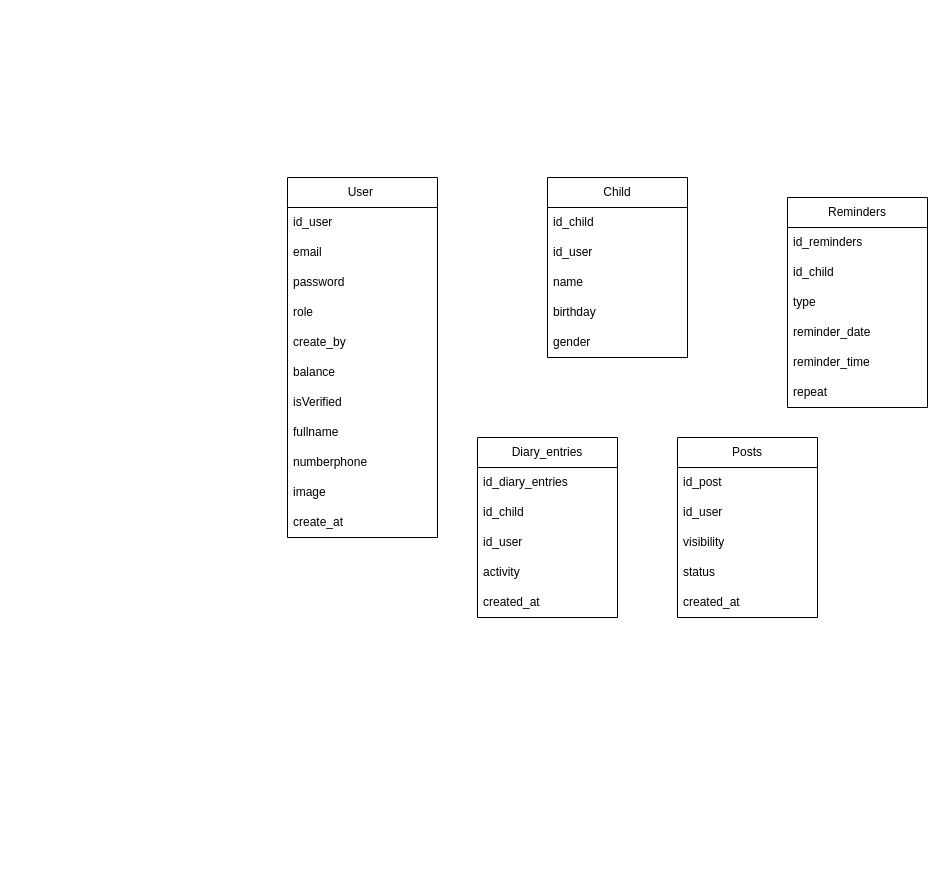
Earlier version of the draw.io diagram F.drawio (NguyenTuanDat187/draw). Source tidied: cells renumbered, new cells numbered last; positions are measured from the earlier drawing's top-left corner, leaving out a move shared by most shapes. Both pictures are drawn from the tidied source at 100%, with x=0, y=0 at pixel (287, 177).
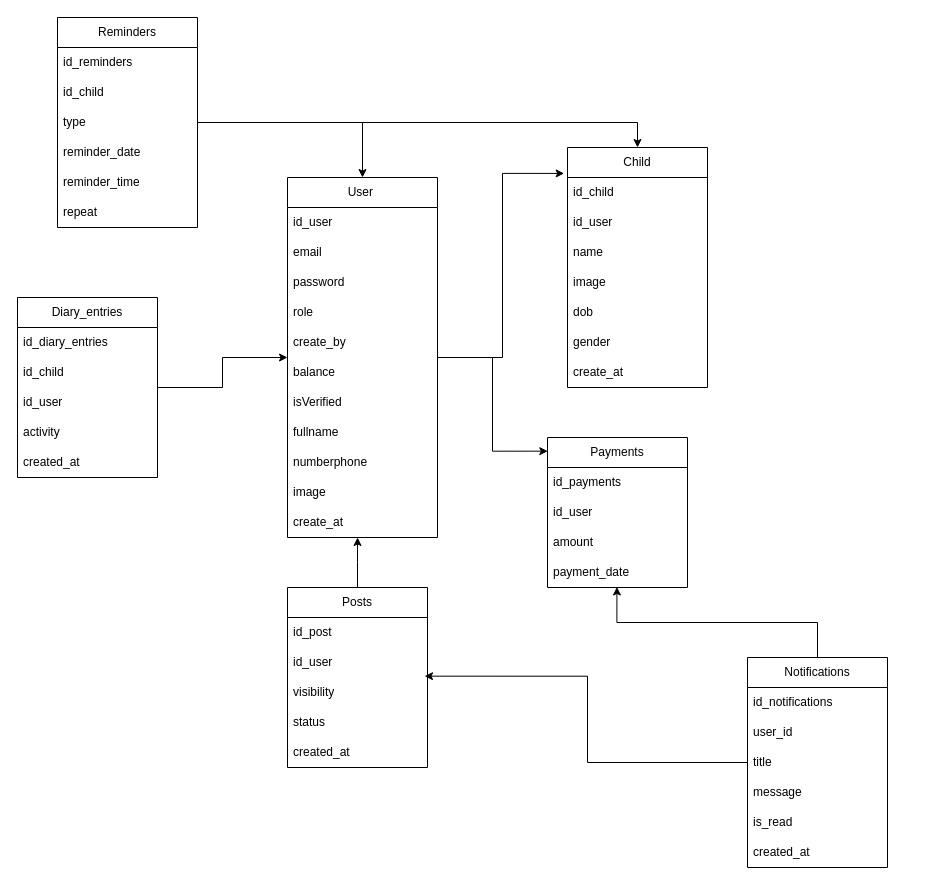
Above is the later version.

Commit message:
Cập nhật F.drawio

The change refers to these unchanged cells:
```xml
<mxCell id="2" value="User&amp;nbsp;" style="swimlane;fontStyle=0;horizontal=1;startSize=30;whiteSpace=wrap;html=1;" parent="1" vertex="1">
  <mxGeometry width="150" height="360" as="geometry" />
</mxCell>
<mxCell id="13" value="create_at" style="text;strokeColor=none;fillColor=none;align=left;verticalAlign=middle;spacingLeft=4;spacingRight=4;overflow=hidden;points=[[0,0.5],[1,0.5]];portConstraint=eastwest;whiteSpace=wrap;html=1;" parent="2" vertex="1">
  <mxGeometry y="330" width="150" height="30" as="geometry" />
</mxCell>
<mxCell id="36" value="visibility" style="text;strokeColor=none;fillColor=none;align=left;verticalAlign=middle;spacingLeft=4;spacingRight=4;overflow=hidden;points=[[0,0.5],[1,0.5]];portConstraint=eastwest;whiteSpace=wrap;html=1;" parent="33" vertex="1">
  <mxGeometry y="90" width="140" height="30" as="geometry" />
</mxCell>
```

Diff of the diagram source:
```diff
@@
     <mxCell id="14" value="Child" style="swimlane;fontStyle=0;horizontal=1;startSize=30;whiteSpace=wrap;html=1;" parent="1" vertex="1">
-      <mxGeometry x="260" width="140" height="180" as="geometry" />
+      <mxGeometry x="280" y="-30" width="140" height="240" as="geometry" />
     </mxCell>
@@
+    <mxCell id="39" value="image" style="text;strokeColor=none;fillColor=none;align=left;verticalAlign=middle;spacingLeft=4;spacingRight=4;overflow=hidden;whiteSpace=wrap;html=1;" parent="14" vertex="1">
+      <mxGeometry y="120" width="140" height="30" as="geometry" />
+    </mxCell>
-    <mxCell id="18" value="birthday" style="text;strokeColor=none;fillColor=none;align=left;verticalAlign=middle;spacingLeft=4;spacingRight=4;overflow=hidden;whiteSpace=wrap;html=1;" parent="14" vertex="1">
-      <mxGeometry y="120" width="140" height="30" as="geometry" />
+    <mxCell id="18" value="dob" style="text;strokeColor=none;fillColor=none;align=left;verticalAlign=middle;spacingLeft=4;spacingRight=4;overflow=hidden;whiteSpace=wrap;html=1;" parent="14" vertex="1">
+      <mxGeometry y="150" width="140" height="30" as="geometry" />
     </mxCell>
+    <mxCell id="40" value="gender" style="text;strokeColor=none;fillColor=none;align=left;verticalAlign=middle;spacingLeft=4;spacingRight=4;overflow=hidden;whiteSpace=wrap;html=1;" parent="14" vertex="1">
+      <mxGeometry y="180" width="140" height="30" as="geometry" />
+    </mxCell>
-    <mxCell id="19" value="gender" style="text;strokeColor=none;fillColor=none;align=left;verticalAlign=middle;spacingLeft=4;spacingRight=4;overflow=hidden;whiteSpace=wrap;html=1;" parent="14" vertex="1">
-      <mxGeometry y="150" width="140" height="30" as="geometry" />
+    <mxCell id="19" value="create_at" style="text;strokeColor=none;fillColor=none;align=left;verticalAlign=middle;spacingLeft=4;spacingRight=4;overflow=hidden;whiteSpace=wrap;html=1;" parent="14" vertex="1">
+      <mxGeometry y="210" width="140" height="30" as="geometry" />
     </mxCell>
+    <mxCell id="41" style="edgeStyle=orthogonalEdgeStyle;rounded=0;jettySize=auto;html=1;entryX=0.5;entryY=0;entryDx=0;entryDy=0;" parent="1" edge="1" source="20" target="2">
+      <mxGeometry relative="1" as="geometry" />
+    </mxCell>
+    <mxCell id="42" style="edgeStyle=orthogonalEdgeStyle;rounded=0;jettySize=auto;html=1;entryX=0.5;entryY=0;entryDx=0;entryDy=0;" parent="1" edge="1" source="20" target="14">
+      <mxGeometry relative="1" as="geometry" />
+    </mxCell>
     <mxCell id="20" value="Reminders" style="swimlane;fontStyle=0;horizontal=1;startSize=30;whiteSpace=wrap;html=1;" parent="1" vertex="1">
-      <mxGeometry x="500" y="20" width="140" height="210" as="geometry" />
+      <mxGeometry x="-230" y="-160" width="140" height="210" as="geometry" />
     </mxCell>
@@
+    <mxCell id="43" style="edgeStyle=orthogonalEdgeStyle;rounded=0;jettySize=auto;html=1;" parent="1" edge="1" source="27" target="2">
+      <mxGeometry relative="1" as="geometry" />
+    </mxCell>
     <mxCell id="27" value="Diary_entries" style="swimlane;fontStyle=0;horizontal=1;startSize=30;whiteSpace=wrap;html=1;" parent="1" vertex="1">
-      <mxGeometry x="190" y="260" width="140" height="180" as="geometry" />
+      <mxGeometry x="-270" y="120" width="140" height="180" as="geometry" />
     </mxCell>
@@
     <mxCell id="33" value="Posts" style="swimlane;fontStyle=0;horizontal=1;startSize=30;whiteSpace=wrap;html=1;" parent="1" vertex="1">
-      <mxGeometry x="390" y="260" width="140" height="180" as="geometry" />
+      <mxGeometry y="410" width="140" height="180" as="geometry" />
     </mxCell>
@@
+    <mxCell id="44" style="edgeStyle=orthogonalEdgeStyle;rounded=0;jettySize=auto;html=1;entryX=-0.024;entryY=0.108;entryDx=0;entryDy=0;entryPerimeter=0;" parent="1" edge="1" source="2" target="14">
+      <mxGeometry relative="1" as="geometry" />
+    </mxCell>
+    <mxCell id="45" value="Payments" style="swimlane;fontStyle=0;horizontal=1;startSize=30;whiteSpace=wrap;html=1;" parent="1" vertex="1">
+      <mxGeometry x="260" y="260" width="140" height="150" as="geometry" />
+    </mxCell>
+    <mxCell id="46" value="id_payments" style="text;strokeColor=none;fillColor=none;align=left;verticalAlign=middle;spacingLeft=4;spacingRight=4;overflow=hidden;whiteSpace=wrap;html=1;" parent="45" vertex="1">
+      <mxGeometry y="30" width="140" height="30" as="geometry" />
+    </mxCell>
+    <mxCell id="47" value="id_user" style="text;strokeColor=none;fillColor=none;align=left;verticalAlign=middle;spacingLeft=4;spacingRight=4;overflow=hidden;whiteSpace=wrap;html=1;" parent="45" vertex="1">
+      <mxGeometry y="60" width="140" height="30" as="geometry" />
+    </mxCell>
+    <mxCell id="48" value="amount" style="text;strokeColor=none;fillColor=none;align=left;verticalAlign=middle;spacingLeft=4;spacingRight=4;overflow=hidden;whiteSpace=wrap;html=1;" parent="45" vertex="1">
+      <mxGeometry y="90" width="140" height="30" as="geometry" />
+    </mxCell>
+    <mxCell id="49" value="payment_date" style="text;strokeColor=none;fillColor=none;align=left;verticalAlign=middle;spacingLeft=4;spacingRight=4;overflow=hidden;points=[[0,0.5],[1,0.5]];portConstraint=eastwest;whiteSpace=wrap;html=1;" parent="45" vertex="1">
+      <mxGeometry y="120" width="140" height="30" as="geometry" />
+    </mxCell>
+    <mxCell id="50" value="Notifications" style="swimlane;fontStyle=0;horizontal=1;startSize=30;whiteSpace=wrap;html=1;" parent="1" vertex="1">
+      <mxGeometry x="460" y="480" width="140" height="210" as="geometry" />
+    </mxCell>
+    <mxCell id="51" value="id_notifications" style="text;strokeColor=none;fillColor=none;align=left;verticalAlign=middle;spacingLeft=4;spacingRight=4;overflow=hidden;whiteSpace=wrap;html=1;" parent="50" vertex="1">
+      <mxGeometry y="30" width="140" height="30" as="geometry" />
+    </mxCell>
+    <mxCell id="52" value="user_id" style="text;strokeColor=none;fillColor=none;align=left;verticalAlign=middle;spacingLeft=4;spacingRight=4;overflow=hidden;whiteSpace=wrap;html=1;" parent="50" vertex="1">
+      <mxGeometry y="60" width="140" height="30" as="geometry" />
+    </mxCell>
+    <mxCell id="53" value="title" style="text;strokeColor=none;fillColor=none;align=left;verticalAlign=middle;spacingLeft=4;spacingRight=4;overflow=hidden;whiteSpace=wrap;html=1;" parent="50" vertex="1">
+      <mxGeometry y="90" width="140" height="30" as="geometry" />
+    </mxCell>
+    <mxCell id="54" value="message" style="text;strokeColor=none;fillColor=none;align=left;verticalAlign=middle;spacingLeft=4;spacingRight=4;overflow=hidden;whiteSpace=wrap;html=1;" parent="50" vertex="1">
+      <mxGeometry y="120" width="140" height="30" as="geometry" />
+    </mxCell>
+    <mxCell id="55" value="is_read" style="text;strokeColor=none;fillColor=none;align=left;verticalAlign=middle;spacingLeft=4;spacingRight=4;overflow=hidden;whiteSpace=wrap;html=1;" parent="50" vertex="1">
+      <mxGeometry y="150" width="140" height="30" as="geometry" />
+    </mxCell>
+    <mxCell id="56" value="created_at" style="text;strokeColor=none;fillColor=none;align=left;verticalAlign=middle;spacingLeft=4;spacingRight=4;overflow=hidden;whiteSpace=wrap;html=1;" parent="50" vertex="1">
+      <mxGeometry y="180" width="140" height="30" as="geometry" />
+    </mxCell>
+    <mxCell id="57" style="edgeStyle=orthogonalEdgeStyle;rounded=0;jettySize=auto;html=1;entryX=0.002;entryY=0.091;entryDx=0;entryDy=0;entryPerimeter=0;" parent="1" edge="1" source="2" target="45">
+      <mxGeometry relative="1" as="geometry" />
+    </mxCell>
+    <mxCell id="58" style="edgeStyle=orthogonalEdgeStyle;rounded=0;jettySize=auto;html=1;entryX=0.979;entryY=-0.044;entryDx=0;entryDy=0;entryPerimeter=0;" parent="1" edge="1" source="50" target="36">
+      <mxGeometry relative="1" as="geometry" />
+    </mxCell>
+    <mxCell id="59" style="edgeStyle=orthogonalEdgeStyle;rounded=0;jettySize=auto;html=1;entryX=0.496;entryY=0.983;entryDx=0;entryDy=0;entryPerimeter=0;" parent="1" edge="1" source="50" target="49">
+      <mxGeometry relative="1" as="geometry" />
+    </mxCell>
+    <mxCell id="60" style="edgeStyle=orthogonalEdgeStyle;rounded=0;jettySize=auto;html=1;entryX=0.467;entryY=1;entryDx=0;entryDy=0;entryPerimeter=0;" parent="1" edge="1" source="33" target="13">
+      <mxGeometry relative="1" as="geometry" />
+    </mxCell>
```
